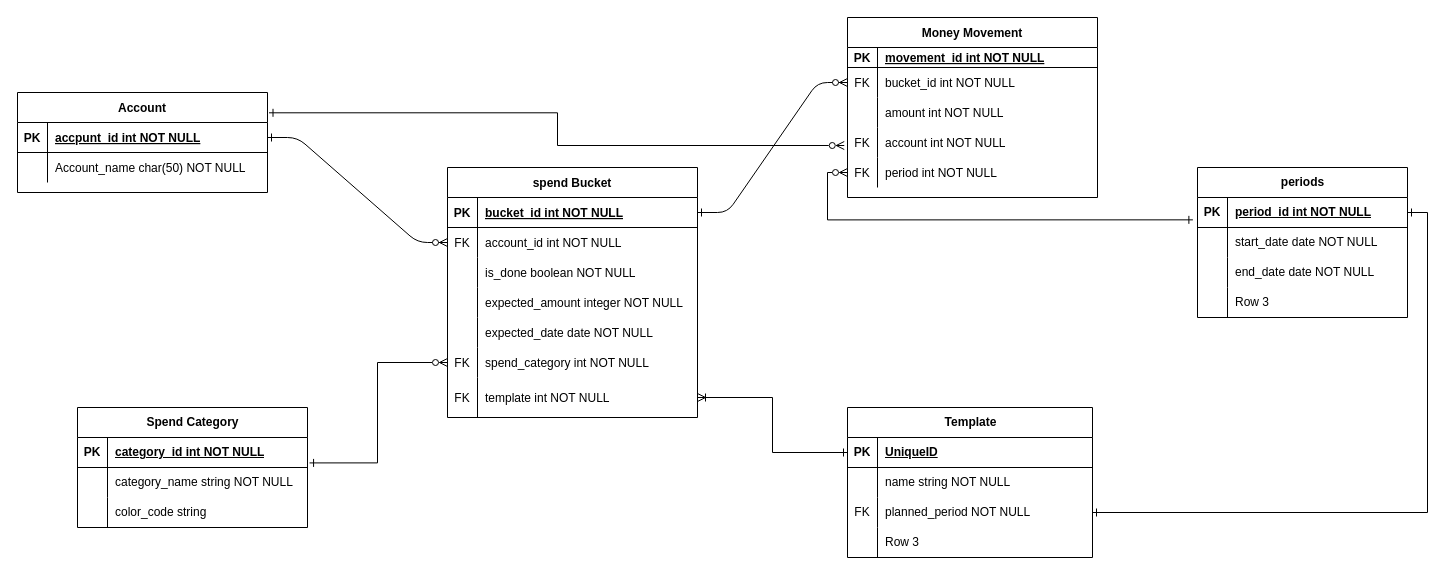
Before: ERD.drawio in wolfsquared/Budgeting-App-Diagrams, a draw.io diagram. Source tidied: cells renumbered, new cells numbered last; positions are measured from the earlier drawing's top-left corner, leaving out a move shared by most shapes. Both pictures are drawn from the tidied source at 100%, with x=0, y=0 at pixel (17, 17).
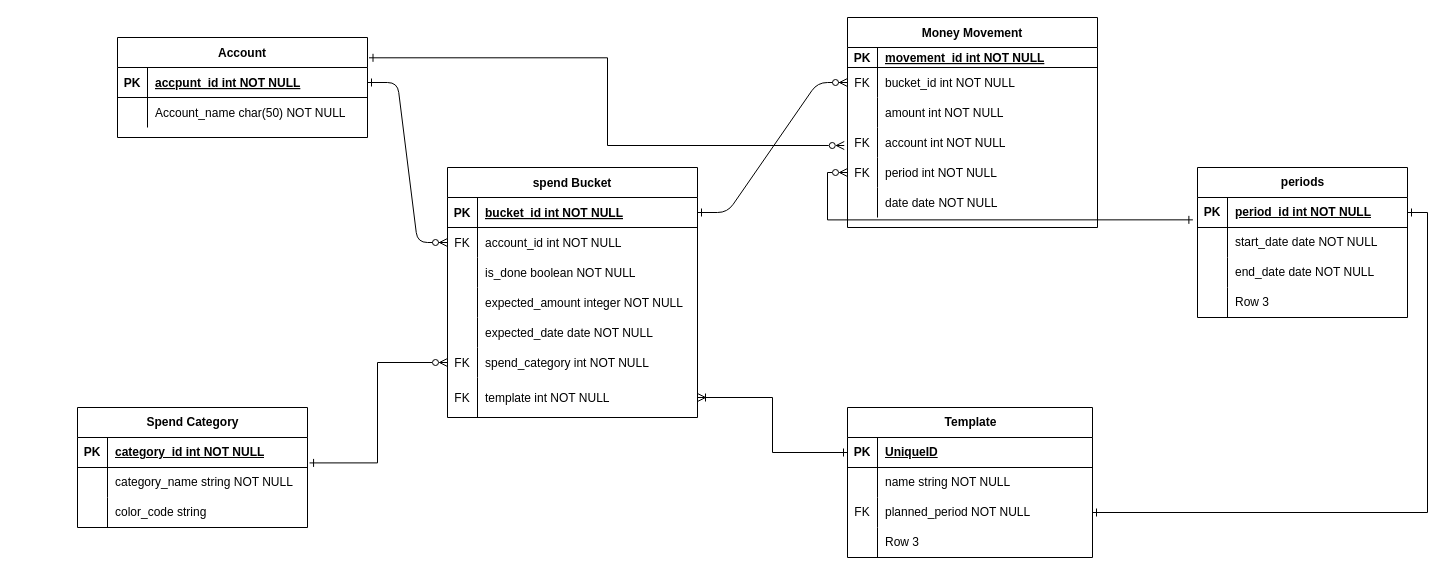
Above is the later version.

Diff of the diagram source:
```diff
@@
     <mxCell id="26" value="Money Movement" style="shape=table;startSize=30;childLayout=tableLayout;rowLines=0;fontStyle=1;align=center;" parent="1" vertex="1">
-      <mxGeometry x="830" width="250" height="180" as="geometry" />
+      <mxGeometry x="830" width="250" height="210" as="geometry" />
     </mxCell>
@@
+    <mxCell id="91" style="shape=partialRectangle;fillColor=none;top=0;left=0;right=0;bottom=0;" parent="26" vertex="1">
+      <mxGeometry y="170" width="250" height="30" as="geometry" />
+    </mxCell>
+    <mxCell id="92" style="shape=partialRectangle;overflow=hidden;fillColor=none;top=0;left=0;bottom=0;right=0;" parent="91" vertex="1">
+      <mxGeometry width="30" height="30" as="geometry" />
+    </mxCell>
+    <mxCell id="93" value="date date NOT NULL" style="shape=partialRectangle;overflow=hidden;fillColor=none;top=0;left=0;bottom=0;right=0;align=left;spacingLeft=6;" parent="91" vertex="1">
+      <mxGeometry x="30" width="220" height="30" as="geometry" />
+    </mxCell>
     <mxCell id="42" value="Account" style="shape=table;startSize=30;childLayout=tableLayout;rowLines=0;fontStyle=1;align=center;" parent="1" vertex="1">
-      <mxGeometry y="75" width="250" height="100" as="geometry" />
+      <mxGeometry x="100" y="20" width="250" height="100" as="geometry" />
     </mxCell>
```
